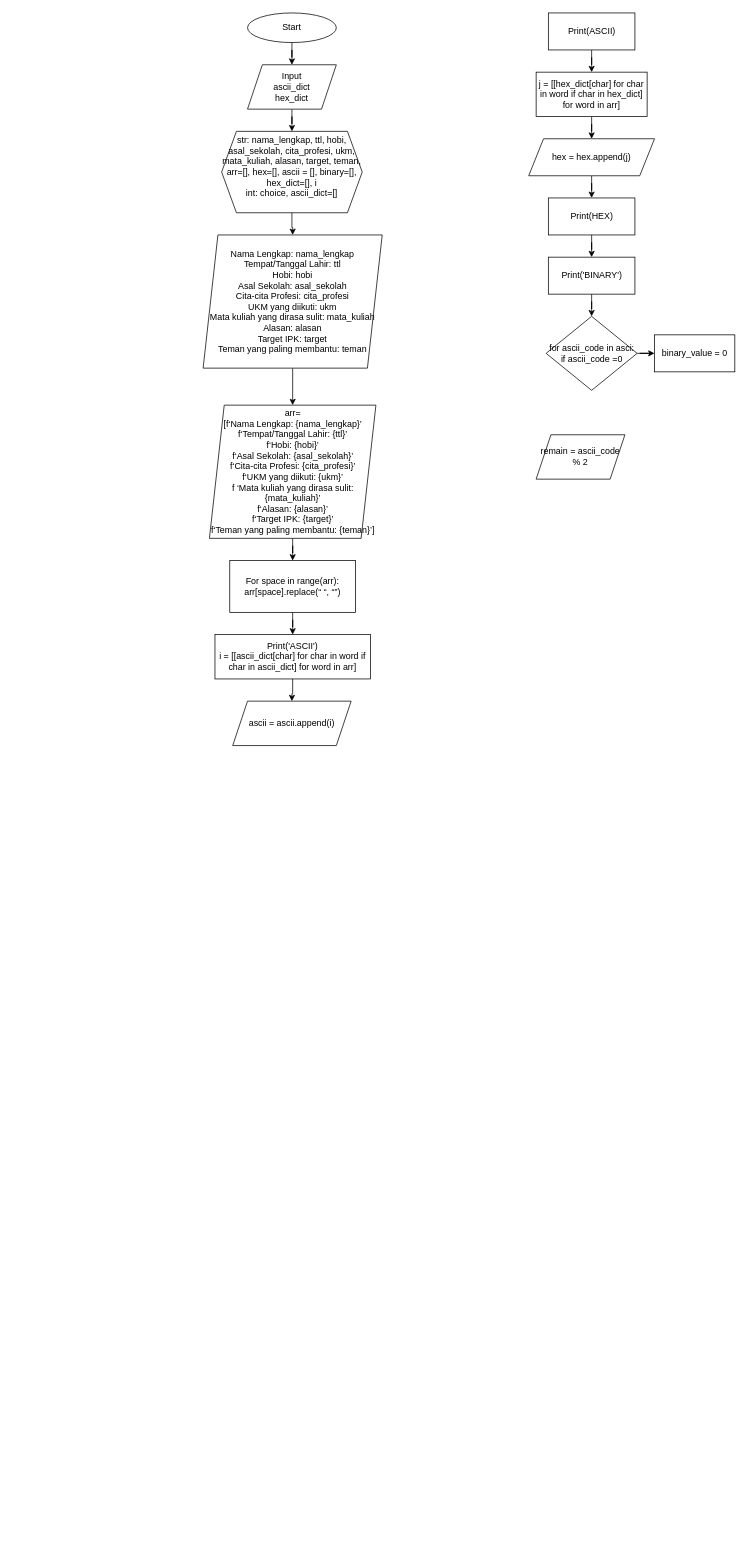
Above: page "Page-1" (1 of 2) of AFL1_arsiskom.drawio in 1nnocentia/Flowchart (draw.io), before the change. Source tidied: cells renumbered, new cells numbered last; positions are measured from the earlier drawing's top-left corner, leaving out a move shared by most shapes. Both pictures are drawn from the tidied source at 74%, with x=0, y=0 at pixel (203, 13).
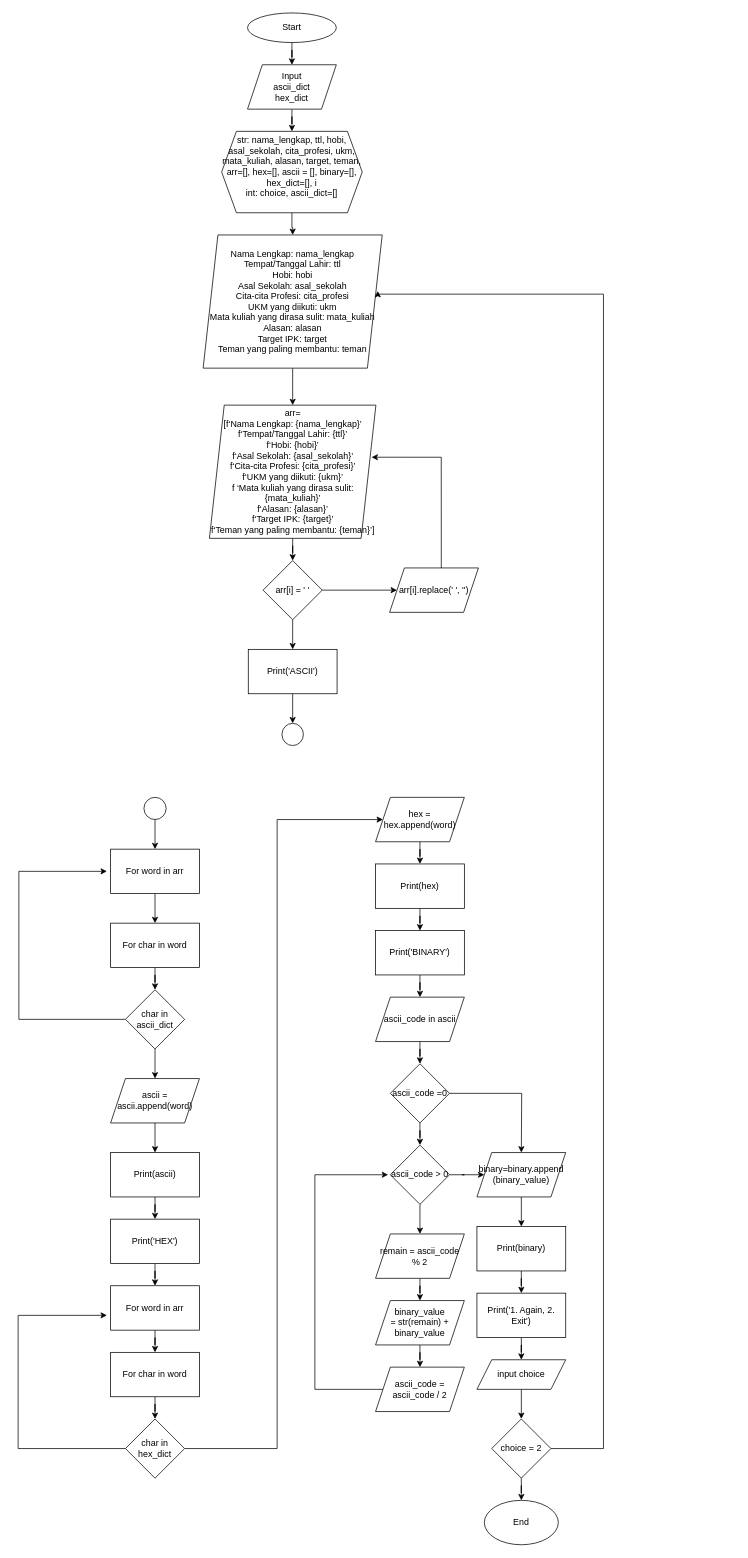
The same diagram, later.

Unchanged cells that the change refers to:
```xml
<mxCell id="7" value="&lt;div&gt;Nama Lengkap: nama_lengkap&lt;/div&gt;&lt;div&gt;Tempat/Tanggal Lahir: ttl&lt;/div&gt;&lt;div&gt;Hobi: hobi&lt;/div&gt;&lt;div&gt;Asal Sekolah: asal_sekolah&lt;/div&gt;&lt;div&gt;Cita-cita Profesi: cita_profesi&lt;/div&gt;&lt;div&gt;UKM yang diikuti: ukm&lt;/div&gt;&lt;div&gt;Mata kuliah yang dirasa sulit: mata_kuliah&lt;/div&gt;&lt;div&gt;Alasan: alasan&lt;/div&gt;&lt;div&gt;Target IPK: target&lt;/div&gt;&lt;div&gt;Teman yang paling membantu: teman&lt;/div&gt;" style="shape=parallelogram;perimeter=parallelogramPerimeter;whiteSpace=wrap;html=1;fixedSize=1;" parent="1" vertex="1">
  <mxGeometry y="300" width="242" height="180" as="geometry" />
</mxCell>
<mxCell id="11" value="arr=&#10;[f‘Nama Lengkap: {nama_lengkap}’&#10;f‘Tempat/Tanggal Lahir: {ttl}’&#10;f‘Hobi: {hobi}’&#10;f‘Asal Sekolah: {asal_sekolah}’&#10;f‘Cita-cita Profesi: {cita_profesi}’&#10;f‘UKM yang diikuti: {ukm}’&#10;f ‘Mata kuliah yang dirasa sulit: {mata_kuliah}’&#10;f‘Alasan: {alasan}’&#10;f‘Target IPK: {target}’&#10;f‘Teman yang paling membantu: {teman}’]" style="shape=parallelogram;perimeter=parallelogramPerimeter;whiteSpace=wrap;html=1;fixedSize=1;" parent="1" vertex="1">
  <mxGeometry x="8.5" y="530" width="225" height="180" as="geometry" />
</mxCell>
```

What changed in the source:
```diff
@@
-    <mxCell id="10" style="edgeStyle=orthogonalEdgeStyle;rounded=0;jettySize=auto;html=1;" parent="1" edge="1" source="11" target="13">
-      <mxGeometry relative="1" as="geometry" />
-    </mxCell>
+    <mxCell id="31" style="edgeStyle=orthogonalEdgeStyle;rounded=0;jettySize=auto;html=1;" parent="1" edge="1" source="11" target="34">
+      <mxGeometry relative="1" as="geometry" />
+    </mxCell>
@@
-    <mxCell id="12" style="edgeStyle=orthogonalEdgeStyle;rounded=0;jettySize=auto;html=1;" parent="1" edge="1" source="13" target="15">
-      <mxGeometry relative="1" as="geometry" />
-    </mxCell>
-    <mxCell id="13" value="For space in range(arr):&#10;arr[space].replace(“ “, “”)" style="rounded=0;whiteSpace=wrap;html=1;" parent="1" vertex="1">
-      <mxGeometry x="36" y="740" width="170" height="70" as="geometry" />
-    </mxCell>
-    <mxCell id="14" style="edgeStyle=orthogonalEdgeStyle;rounded=0;jettySize=auto;html=1;" parent="1" edge="1" source="15" target="16">
-      <mxGeometry relative="1" as="geometry" />
-    </mxCell>
-    <mxCell id="15" value="Print('ASCII')&lt;div&gt;i = [[ascii_dict[char] for char in word if char in ascii_dict] for word in arr]&lt;/div&gt;" style="rounded=0;whiteSpace=wrap;html=1;" parent="1" vertex="1">
-      <mxGeometry x="16" y="840" width="210" height="60" as="geometry" />
-    </mxCell>
-    <mxCell id="16" value="ascii = ascii.append(i)" style="shape=parallelogram;perimeter=parallelogramPerimeter;whiteSpace=wrap;html=1;fixedSize=1;" parent="1" vertex="1">
-      <mxGeometry x="40" y="930" width="160" height="60" as="geometry" />
-    </mxCell>
-    <mxCell id="17" style="edgeStyle=orthogonalEdgeStyle;rounded=0;jettySize=auto;html=1;" parent="1" edge="1" source="18" target="20">
-      <mxGeometry relative="1" as="geometry" />
-    </mxCell>
-    <mxCell id="18" value="j = [[hex_dict[char] for char in word if char in hex_dict] for word in arr]" style="rounded=0;whiteSpace=wrap;html=1;" parent="1" vertex="1">
-      <mxGeometry x="450" y="80" width="150" height="60" as="geometry" />
-    </mxCell>
-    <mxCell id="19" style="edgeStyle=orthogonalEdgeStyle;rounded=0;jettySize=auto;html=1;" parent="1" edge="1" source="20" target="24">
-      <mxGeometry relative="1" as="geometry" />
-    </mxCell>
-    <mxCell id="20" value="hex = hex.append(j)" style="shape=parallelogram;perimeter=parallelogramPerimeter;whiteSpace=wrap;html=1;fixedSize=1;" parent="1" vertex="1">
-      <mxGeometry x="440" y="170" width="170" height="50" as="geometry" />
-    </mxCell>
-    <mxCell id="21" style="edgeStyle=orthogonalEdgeStyle;rounded=0;jettySize=auto;html=1;" parent="1" edge="1" source="22" target="18">
-      <mxGeometry relative="1" as="geometry" />
-    </mxCell>
-    <mxCell id="22" value="Print(ASCII)" style="rounded=0;whiteSpace=wrap;html=1;" parent="1" vertex="1">
-      <mxGeometry x="466.5" width="117" height="50" as="geometry" />
-    </mxCell>
-    <mxCell id="23" style="edgeStyle=orthogonalEdgeStyle;rounded=0;jettySize=auto;html=1;" parent="1" edge="1" source="24" target="26">
-      <mxGeometry relative="1" as="geometry" />
-    </mxCell>
-    <mxCell id="24" value="Print(HEX)" style="rounded=0;whiteSpace=wrap;html=1;" parent="1" vertex="1">
-      <mxGeometry x="466.5" y="250" width="117" height="50" as="geometry" />
-    </mxCell>
-    <mxCell id="25" style="edgeStyle=orthogonalEdgeStyle;rounded=0;jettySize=auto;html=1;" parent="1" edge="1" source="26" target="28">
-      <mxGeometry relative="1" as="geometry" />
-    </mxCell>
+    <mxCell id="32" style="edgeStyle=orthogonalEdgeStyle;rounded=0;jettySize=auto;html=1;" parent="1" edge="1" source="34" target="36">
+      <mxGeometry relative="1" as="geometry" />
+    </mxCell>
+    <mxCell id="33" style="edgeStyle=orthogonalEdgeStyle;rounded=0;jettySize=auto;html=1;" parent="1" edge="1" source="34" target="38">
+      <mxGeometry relative="1" as="geometry" />
+    </mxCell>
+    <mxCell id="34" value="arr[i] = ' '" style="rhombus;whiteSpace=wrap;html=1;" parent="1" vertex="1">
+      <mxGeometry x="81" y="740" width="80" height="80" as="geometry" />
+    </mxCell>
+    <mxCell id="35" style="edgeStyle=orthogonalEdgeStyle;rounded=0;jettySize=auto;html=1;exitX=0.582;exitY=0.015;exitDx=0;exitDy=0;exitPerimeter=0;entryX=0.974;entryY=0.391;entryDx=0;entryDy=0;entryPerimeter=0;" parent="1" edge="1" source="36" target="11">
+      <mxGeometry relative="1" as="geometry">
+        <Array as="points">
+          <mxPoint x="322" y="600" />
+        </Array>
+      </mxGeometry>
+    </mxCell>
+    <mxCell id="36" value="arr[i].replace(' ', '')" style="shape=parallelogram;perimeter=parallelogramPerimeter;whiteSpace=wrap;html=1;fixedSize=1;" parent="1" vertex="1">
+      <mxGeometry x="252" y="750" width="120" height="60" as="geometry" />
+    </mxCell>
+    <mxCell id="37" style="edgeStyle=orthogonalEdgeStyle;rounded=0;jettySize=auto;html=1;" parent="1" edge="1" source="38" target="39">
+      <mxGeometry relative="1" as="geometry" />
+    </mxCell>
+    <mxCell id="38" value="Print('ASCII')" style="rounded=0;whiteSpace=wrap;html=1;" parent="1" vertex="1">
+      <mxGeometry x="61" y="860" width="120" height="60" as="geometry" />
+    </mxCell>
+    <mxCell id="39" style="ellipse;whiteSpace=wrap;html=1;rounded=0;" parent="1" vertex="1">
+      <mxGeometry x="106.5" y="960" width="29" height="30" as="geometry" />
+    </mxCell>
+    <mxCell id="40" style="edgeStyle=orthogonalEdgeStyle;rounded=0;jettySize=auto;html=1;" parent="1" edge="1" source="41" target="43">
+      <mxGeometry relative="1" as="geometry" />
+    </mxCell>
+    <mxCell id="41" style="ellipse;whiteSpace=wrap;html=1;" parent="1" vertex="1">
+      <mxGeometry x="-80" y="1060" width="30" height="30" as="geometry" />
+    </mxCell>
+    <mxCell id="42" style="edgeStyle=orthogonalEdgeStyle;rounded=0;jettySize=auto;html=1;" parent="1" edge="1" source="43" target="47">
+      <mxGeometry relative="1" as="geometry" />
+    </mxCell>
+    <mxCell id="43" value="For word in arr" style="rounded=0;whiteSpace=wrap;html=1;" parent="1" vertex="1">
+      <mxGeometry x="-125" y="1130" width="120" height="60" as="geometry" />
+    </mxCell>
+    <mxCell id="44" style="edgeStyle=orthogonalEdgeStyle;rounded=0;jettySize=auto;html=1;" parent="1" edge="1" source="45" target="52">
+      <mxGeometry relative="1" as="geometry" />
+    </mxCell>
+    <mxCell id="45" value="For word in arr" style="rounded=0;whiteSpace=wrap;html=1;" parent="1" vertex="1">
+      <mxGeometry x="-125" y="1720" width="120" height="60" as="geometry" />
+    </mxCell>
+    <mxCell id="46" style="edgeStyle=orthogonalEdgeStyle;rounded=0;jettySize=auto;html=1;" parent="1" edge="1" source="47" target="50">
+      <mxGeometry relative="1" as="geometry" />
+    </mxCell>
+    <mxCell id="47" value="For char in word" style="rounded=0;whiteSpace=wrap;html=1;" parent="1" vertex="1">
+      <mxGeometry x="-125" y="1230" width="120" height="60" as="geometry" />
+    </mxCell>
+    <mxCell id="48" style="edgeStyle=orthogonalEdgeStyle;rounded=0;jettySize=auto;html=1;" parent="1" edge="1" source="50">
+      <mxGeometry relative="1" as="geometry">
+        <mxPoint x="-130" y="1160" as="targetPoint" />
+        <Array as="points">
+          <mxPoint x="-249" y="1360" />
+        </Array>
+      </mxGeometry>
+    </mxCell>
+    <mxCell id="49" style="edgeStyle=orthogonalEdgeStyle;rounded=0;jettySize=auto;html=1;" parent="1" edge="1" source="50" target="54">
+      <mxGeometry relative="1" as="geometry" />
+    </mxCell>
+    <mxCell id="50" value="char in ascii_dict" style="rhombus;whiteSpace=wrap;html=1;" parent="1" vertex="1">
+      <mxGeometry x="-105" y="1320" width="80" height="80" as="geometry" />
+    </mxCell>
+    <mxCell id="51" style="edgeStyle=orthogonalEdgeStyle;rounded=0;jettySize=auto;html=1;" parent="1" edge="1" source="52" target="61">
+      <mxGeometry relative="1" as="geometry" />
+    </mxCell>
+    <mxCell id="52" value="For char in word" style="rounded=0;whiteSpace=wrap;html=1;" parent="1" vertex="1">
+      <mxGeometry x="-125" y="1810" width="120" height="60" as="geometry" />
+    </mxCell>
+    <mxCell id="53" style="edgeStyle=orthogonalEdgeStyle;rounded=0;jettySize=auto;html=1;" parent="1" edge="1" source="54" target="58">
+      <mxGeometry relative="1" as="geometry" />
+    </mxCell>
+    <mxCell id="54" value="ascii = ascii.append(word)" style="shape=parallelogram;perimeter=parallelogramPerimeter;whiteSpace=wrap;html=1;fixedSize=1;" parent="1" vertex="1">
+      <mxGeometry x="-125" y="1440" width="120" height="60" as="geometry" />
+    </mxCell>
+    <mxCell id="55" style="edgeStyle=orthogonalEdgeStyle;rounded=0;jettySize=auto;html=1;" parent="1" edge="1" source="56" target="45">
+      <mxGeometry relative="1" as="geometry" />
+    </mxCell>
+    <mxCell id="56" value="Print('HEX')" style="rounded=0;whiteSpace=wrap;html=1;" parent="1" vertex="1">
+      <mxGeometry x="-125" y="1630" width="120" height="60" as="geometry" />
+    </mxCell>
+    <mxCell id="57" style="edgeStyle=orthogonalEdgeStyle;rounded=0;jettySize=auto;html=1;" parent="1" edge="1" source="58" target="56">
+      <mxGeometry relative="1" as="geometry" />
+    </mxCell>
+    <mxCell id="58" value="Print(ascii)" style="rounded=0;whiteSpace=wrap;html=1;" parent="1" vertex="1">
+      <mxGeometry x="-125" y="1540" width="120" height="60" as="geometry" />
+    </mxCell>
+    <mxCell id="59" style="edgeStyle=orthogonalEdgeStyle;rounded=0;jettySize=auto;html=1;" parent="1" edge="1" source="61">
+      <mxGeometry relative="1" as="geometry">
+        <mxPoint x="-130" y="1760" as="targetPoint" />
+        <Array as="points">
+          <mxPoint x="-250" y="1940" />
+          <mxPoint x="-250" y="1760" />
+        </Array>
+      </mxGeometry>
+    </mxCell>
+    <mxCell id="60" style="edgeStyle=orthogonalEdgeStyle;rounded=0;jettySize=auto;html=1;" parent="1" edge="1" source="61" target="63">
+      <mxGeometry relative="1" as="geometry">
+        <Array as="points">
+          <mxPoint x="100" y="1940" />
+          <mxPoint x="100" y="1090" />
+        </Array>
+      </mxGeometry>
+    </mxCell>
+    <mxCell id="61" value="char in hex_dict" style="rhombus;whiteSpace=wrap;html=1;" parent="1" vertex="1">
+      <mxGeometry x="-105" y="1900" width="80" height="80" as="geometry" />
+    </mxCell>
+    <mxCell id="62" style="edgeStyle=orthogonalEdgeStyle;rounded=0;jettySize=auto;html=1;" parent="1" edge="1" source="63" target="66">
+      <mxGeometry relative="1" as="geometry" />
+    </mxCell>
+    <mxCell id="63" value="hex = hex.append(word)" style="shape=parallelogram;perimeter=parallelogramPerimeter;whiteSpace=wrap;html=1;fixedSize=1;" parent="1" vertex="1">
+      <mxGeometry x="233" y="1060" width="120" height="60" as="geometry" />
+    </mxCell>
+    <mxCell id="64" style="edgeStyle=orthogonalEdgeStyle;rounded=0;jettySize=auto;html=1;" parent="1" edge="1" source="26" target="68">
+      <mxGeometry relative="1" as="geometry" />
+    </mxCell>
     <mxCell id="26" value="Print('BINARY')" style="rounded=0;whiteSpace=wrap;html=1;" parent="1" vertex="1">
-      <mxGeometry x="466.5" y="330" width="117" height="50" as="geometry" />
+      <mxGeometry x="233" y="1240" width="120" height="60" as="geometry" />
     </mxCell>
-    <mxCell id="27" style="edgeStyle=orthogonalEdgeStyle;rounded=0;jettySize=auto;html=1;" parent="1" edge="1" source="28" target="29">
-      <mxGeometry relative="1" as="geometry" />
-    </mxCell>
-    <mxCell id="28" value="for ascii_code in asci:&lt;div&gt;if ascii_code =0&lt;/div&gt;" style="rhombus;whiteSpace=wrap;html=1;" parent="1" vertex="1">
-      <mxGeometry x="463.5" y="410" width="123" height="100" as="geometry" />
-    </mxCell>
-    <mxCell id="29" value="binary_value = 0" style="rounded=0;whiteSpace=wrap;html=1;" parent="1" vertex="1">
-      <mxGeometry x="610" y="435" width="108.5" height="50" as="geometry" />
-    </mxCell>
+    <mxCell id="65" style="edgeStyle=orthogonalEdgeStyle;rounded=0;jettySize=auto;html=1;" parent="1" edge="1" source="66" target="26">
+      <mxGeometry relative="1" as="geometry" />
+    </mxCell>
+    <mxCell id="66" value="Print(hex)" style="rounded=0;whiteSpace=wrap;html=1;" parent="1" vertex="1">
+      <mxGeometry x="233" y="1150" width="120" height="60" as="geometry" />
+    </mxCell>
+    <mxCell id="67" style="edgeStyle=orthogonalEdgeStyle;rounded=0;jettySize=auto;html=1;" parent="1" edge="1" source="68" target="71">
+      <mxGeometry relative="1" as="geometry" />
+    </mxCell>
+    <mxCell id="68" value="ascii_code in ascii" style="shape=parallelogram;perimeter=parallelogramPerimeter;whiteSpace=wrap;html=1;fixedSize=1;" parent="1" vertex="1">
+      <mxGeometry x="233" y="1330" width="120" height="60" as="geometry" />
+    </mxCell>
+    <mxCell id="69" style="edgeStyle=orthogonalEdgeStyle;rounded=0;jettySize=auto;html=1;" parent="1" edge="1" source="71" target="74">
+      <mxGeometry relative="1" as="geometry" />
+    </mxCell>
+    <mxCell id="70" style="edgeStyle=orthogonalEdgeStyle;rounded=0;jettySize=auto;html=1;" parent="1" edge="1" source="71">
+      <mxGeometry relative="1" as="geometry">
+        <mxPoint x="430" y="1540" as="targetPoint" />
+      </mxGeometry>
+    </mxCell>
+    <mxCell id="71" value="ascii_code =0" style="rhombus;whiteSpace=wrap;html=1;" parent="1" vertex="1">
+      <mxGeometry x="253" y="1420" width="80" height="80" as="geometry" />
+    </mxCell>
+    <mxCell id="72" style="edgeStyle=orthogonalEdgeStyle;rounded=0;jettySize=auto;html=1;" parent="1" edge="1" source="74" target="30">
+      <mxGeometry relative="1" as="geometry" />
+    </mxCell>
+    <mxCell id="73" style="edgeStyle=orthogonalEdgeStyle;rounded=0;jettySize=auto;html=1;" parent="1" edge="1" source="74" target="81">
+      <mxGeometry relative="1" as="geometry" />
+    </mxCell>
+    <mxCell id="74" value="ascii_code &amp;gt; 0" style="rhombus;whiteSpace=wrap;html=1;" parent="1" vertex="1">
+      <mxGeometry x="253" y="1530" width="80" height="80" as="geometry" />
+    </mxCell>
+    <mxCell id="75" style="edgeStyle=orthogonalEdgeStyle;rounded=0;jettySize=auto;html=1;" parent="1" edge="1" source="30" target="77">
+      <mxGeometry relative="1" as="geometry" />
+    </mxCell>
     <mxCell id="30" value="remain = ascii_code % 2" style="shape=parallelogram;perimeter=parallelogramPerimeter;whiteSpace=wrap;html=1;fixedSize=1;" parent="1" vertex="1">
-      <mxGeometry x="450" y="570" width="120" height="60" as="geometry" />
+      <mxGeometry x="233" y="1650" width="120" height="60" as="geometry" />
     </mxCell>
+    <mxCell id="76" style="edgeStyle=orthogonalEdgeStyle;rounded=0;jettySize=auto;html=1;" parent="1" edge="1" source="77" target="79">
+      <mxGeometry relative="1" as="geometry" />
+    </mxCell>
+    <mxCell id="77" value="binary_value =&amp;nbsp;str(remain) + binary_value" style="shape=parallelogram;perimeter=parallelogramPerimeter;whiteSpace=wrap;html=1;fixedSize=1;" parent="1" vertex="1">
+      <mxGeometry x="233" y="1740" width="120" height="60" as="geometry" />
+    </mxCell>
+    <mxCell id="78" style="edgeStyle=orthogonalEdgeStyle;rounded=0;jettySize=auto;html=1;" parent="1" edge="1" source="79">
+      <mxGeometry relative="1" as="geometry">
+        <mxPoint x="250" y="1570" as="targetPoint" />
+        <Array as="points">
+          <mxPoint x="151" y="1860" />
+          <mxPoint x="151" y="1570" />
+        </Array>
+      </mxGeometry>
+    </mxCell>
+    <mxCell id="79" value="ascii_code = ascii_code / 2" style="shape=parallelogram;perimeter=parallelogramPerimeter;whiteSpace=wrap;html=1;fixedSize=1;" parent="1" vertex="1">
+      <mxGeometry x="233" y="1830" width="120" height="60" as="geometry" />
+    </mxCell>
+    <mxCell id="80" style="edgeStyle=orthogonalEdgeStyle;rounded=0;jettySize=auto;html=1;" parent="1" edge="1" source="81" target="83">
+      <mxGeometry relative="1" as="geometry" />
+    </mxCell>
+    <mxCell id="81" value="binary=binary.append&lt;div&gt;(binary_value)&lt;/div&gt;" style="shape=parallelogram;perimeter=parallelogramPerimeter;whiteSpace=wrap;html=1;fixedSize=1;" parent="1" vertex="1">
+      <mxGeometry x="370" y="1540" width="120" height="60" as="geometry" />
+    </mxCell>
+    <mxCell id="82" style="edgeStyle=orthogonalEdgeStyle;rounded=0;jettySize=auto;html=1;" parent="1" edge="1" source="83" target="85">
+      <mxGeometry relative="1" as="geometry" />
+    </mxCell>
+    <mxCell id="83" value="Print(binary)" style="rounded=0;whiteSpace=wrap;html=1;" parent="1" vertex="1">
+      <mxGeometry x="370" y="1640" width="120" height="60" as="geometry" />
+    </mxCell>
+    <mxCell id="84" style="edgeStyle=orthogonalEdgeStyle;rounded=0;jettySize=auto;html=1;" parent="1" edge="1" source="85" target="87">
+      <mxGeometry relative="1" as="geometry" />
+    </mxCell>
+    <mxCell id="85" value="Print('1. Again, 2. Exit')" style="rounded=0;whiteSpace=wrap;html=1;" parent="1" vertex="1">
+      <mxGeometry x="370" y="1730" width="120" height="60" as="geometry" />
+    </mxCell>
+    <mxCell id="86" style="edgeStyle=orthogonalEdgeStyle;rounded=0;jettySize=auto;html=1;" parent="1" edge="1" source="87" target="90">
+      <mxGeometry relative="1" as="geometry" />
+    </mxCell>
+    <mxCell id="87" value="input choice" style="shape=parallelogram;perimeter=parallelogramPerimeter;whiteSpace=wrap;html=1;fixedSize=1;" parent="1" vertex="1">
+      <mxGeometry x="370" y="1820" width="120" height="40" as="geometry" />
+    </mxCell>
+    <mxCell id="88" style="edgeStyle=orthogonalEdgeStyle;rounded=0;jettySize=auto;html=1;" parent="1" edge="1" source="90" target="91">
+      <mxGeometry relative="1" as="geometry" />
+    </mxCell>
+    <mxCell id="89" style="edgeStyle=orthogonalEdgeStyle;rounded=0;jettySize=auto;html=1;entryX=0.975;entryY=0.421;entryDx=0;entryDy=0;entryPerimeter=0;" parent="1" edge="1" source="90" target="7">
+      <mxGeometry relative="1" as="geometry">
+        <Array as="points">
+          <mxPoint x="541" y="1940" />
+          <mxPoint x="541" y="380" />
+          <mxPoint x="236" y="380" />
+        </Array>
+      </mxGeometry>
+    </mxCell>
+    <mxCell id="90" value="choice = 2" style="rhombus;whiteSpace=wrap;html=1;" parent="1" vertex="1">
+      <mxGeometry x="390" y="1900" width="80" height="80" as="geometry" />
+    </mxCell>
+    <mxCell id="91" value="End" style="ellipse;whiteSpace=wrap;html=1;" parent="1" vertex="1">
+      <mxGeometry x="380" y="2010" width="100" height="60" as="geometry" />
+    </mxCell>
```
